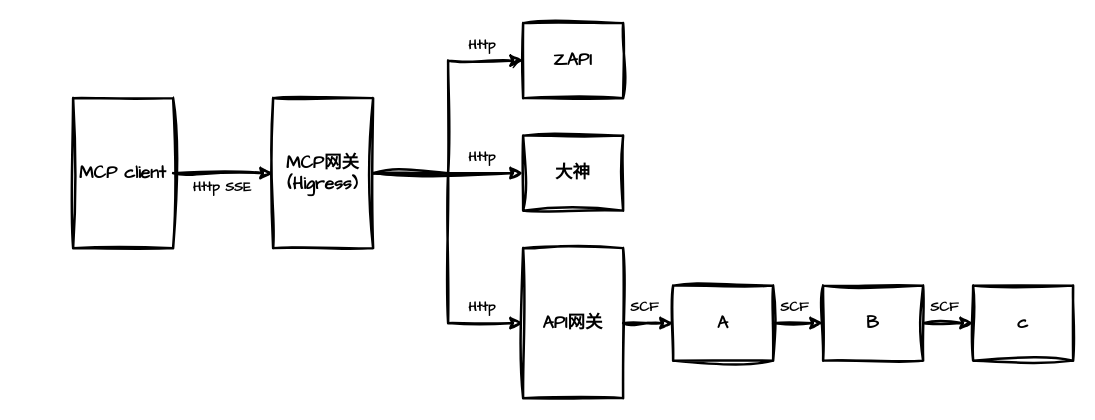
Earlier version of the draw.io diagram tech/mcp/mcp.drawio (zhuanzhuan-tech/arch-draw-io). Source tidied: cells renumbered, new cells numbered last; positions are measured from the earlier drawing's top-left corner, leaving out a move shared by most shapes. Both pictures are drawn from the tidied source at 125%, with x=0, y=0 at pixel (72, 22).
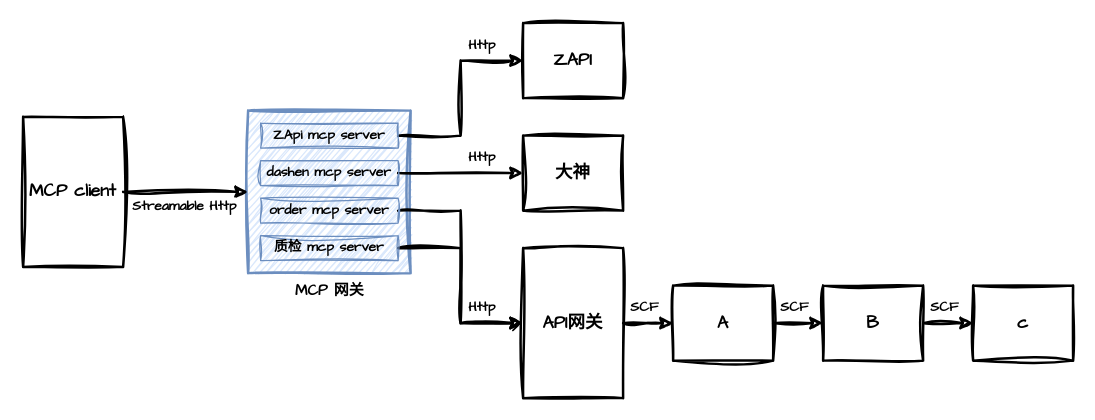
The same diagram, later.

The change refers to these unchanged cells:
```xml
<mxCell id="7" value="&lt;b&gt;&lt;font style=&quot;font-size: 14px;&quot;&gt;API网关&lt;/font&gt;&lt;/b&gt;" style="rounded=0;whiteSpace=wrap;html=1;sketch=1;hachureGap=4;jiggle=2;curveFitting=1;fontFamily=Architects Daughter;fillColor=none;strokeWidth=2;" parent="1" vertex="1">
  <mxGeometry x="360" y="180" width="80" height="120" as="geometry" />
</mxCell>
<mxCell id="13" value="&lt;span style=&quot;font-size: 14px;&quot;&gt;&lt;b&gt;大神&lt;/b&gt;&lt;/span&gt;" style="rounded=0;whiteSpace=wrap;html=1;sketch=1;hachureGap=4;jiggle=2;curveFitting=1;fontFamily=Architects Daughter;fillColor=none;strokeWidth=2;" parent="1" vertex="1">
  <mxGeometry x="360" y="90" width="80" height="60" as="geometry" />
</mxCell>
<mxCell id="14" value="&lt;b&gt;&lt;font style=&quot;font-size: 14px;&quot;&gt;ZAPI&lt;/font&gt;&lt;/b&gt;" style="rounded=0;whiteSpace=wrap;html=1;sketch=1;hachureGap=4;jiggle=2;curveFitting=1;fontFamily=Architects Daughter;fillColor=none;strokeWidth=2;" parent="1" vertex="1">
  <mxGeometry x="360" width="80" height="60" as="geometry" />
</mxCell>
<mxCell id="15" style="edgeStyle=orthogonalEdgeStyle;rounded=0;sketch=1;hachureGap=4;jiggle=2;curveFitting=1;jettySize=auto;html=1;exitX=1;exitY=0.5;exitDx=0;exitDy=0;entryX=0;entryY=0.5;entryDx=0;entryDy=0;fontFamily=Architects Daughter;strokeWidth=2;" parent="1" edge="1" source="17" target="5">
  <mxGeometry relative="1" as="geometry" />
</mxCell>
```

Change to the diagram source:
```diff
@@
-    <mxCell id="2" style="edgeStyle=orthogonalEdgeStyle;rounded=0;sketch=1;hachureGap=4;jiggle=2;curveFitting=1;jettySize=auto;html=1;exitX=1;exitY=0.5;exitDx=0;exitDy=0;entryX=0;entryY=0.5;entryDx=0;entryDy=0;fontFamily=Architects Daughter;strokeWidth=2;" parent="1" edge="1" source="5" target="14">
-      <mxGeometry relative="1" as="geometry" />
-    </mxCell>
-    <mxCell id="3" style="edgeStyle=orthogonalEdgeStyle;rounded=0;sketch=1;hachureGap=4;jiggle=2;curveFitting=1;jettySize=auto;html=1;exitX=1;exitY=0.5;exitDx=0;exitDy=0;entryX=0;entryY=0.5;entryDx=0;entryDy=0;fontFamily=Architects Daughter;strokeWidth=2;" parent="1" edge="1" source="5" target="13">
-      <mxGeometry relative="1" as="geometry" />
-    </mxCell>
-    <mxCell id="4" style="edgeStyle=orthogonalEdgeStyle;rounded=0;sketch=1;hachureGap=4;jiggle=2;curveFitting=1;jettySize=auto;html=1;exitX=1;exitY=0.5;exitDx=0;exitDy=0;entryX=0;entryY=0.5;entryDx=0;entryDy=0;fontFamily=Architects Daughter;strokeWidth=2;" parent="1" edge="1" source="5" target="7">
-      <mxGeometry relative="1" as="geometry" />
-    </mxCell>
-    <mxCell id="5" value="&lt;b&gt;&lt;font style=&quot;font-size: 14px;&quot;&gt;MCP网关&lt;/font&gt;&lt;/b&gt;&lt;div&gt;&lt;b&gt;&lt;font style=&quot;font-size: 14px;&quot;&gt;(Higress)&lt;/font&gt;&lt;/b&gt;&lt;/div&gt;" style="rounded=0;whiteSpace=wrap;html=1;sketch=1;hachureGap=4;jiggle=2;curveFitting=1;fontFamily=Architects Daughter;fillColor=none;strokeWidth=2;" parent="1" vertex="1">
-      <mxGeometry x="160" y="60" width="80" height="120" as="geometry" />
+    <mxCell id="5" style="rounded=0;whiteSpace=wrap;html=1;sketch=1;hachureGap=4;jiggle=2;curveFitting=1;fontFamily=Architects Daughter;fillColor=#dae8fc;strokeWidth=2;strokeColor=#6c8ebf;" parent="1" vertex="1">
+      <mxGeometry x="140" y="70" width="130" height="130" as="geometry" />
     </mxCell>
@@
-    <mxCell id="16" value="&lt;b&gt;Http SSE&lt;/b&gt;" style="edgeLabel;html=1;align=center;verticalAlign=middle;sketch=1;hachureGap=4;jiggle=2;curveFitting=1;fontFamily=Architects Daughter;" parent="15" vertex="1">
+    <mxCell id="16" value="&lt;b&gt;Streamable Http&lt;/b&gt;" style="edgeLabel;html=1;align=center;verticalAlign=middle;sketch=1;hachureGap=4;jiggle=2;curveFitting=1;fontFamily=Architects Daughter;" parent="15" vertex="1">
       <mxGeometry x="-0.05" y="2" relative="1" as="geometry">
         <mxPoint y="12" as="offset" />
       </mxGeometry>
     </mxCell>
     <mxCell id="17" value="&lt;b&gt;&lt;font style=&quot;font-size: 14px;&quot;&gt;MCP client&lt;/font&gt;&lt;/b&gt;" style="rounded=0;whiteSpace=wrap;html=1;sketch=1;hachureGap=4;jiggle=2;curveFitting=1;fontFamily=Architects Daughter;fillColor=none;strokeWidth=2;" parent="1" vertex="1">
-      <mxGeometry y="60" width="80" height="120" as="geometry" />
+      <mxGeometry x="-40" y="75" width="80" height="120" as="geometry" />
     </mxCell>
@@
+    <mxCell id="24" style="edgeStyle=orthogonalEdgeStyle;rounded=0;sketch=1;hachureGap=4;jiggle=2;curveFitting=1;jettySize=auto;html=1;exitX=1;exitY=0.5;exitDx=0;exitDy=0;entryX=0;entryY=0.5;entryDx=0;entryDy=0;fontFamily=Architects Daughter;strokeWidth=2;" parent="1" edge="1" source="25" target="14">
+      <mxGeometry relative="1" as="geometry" />
+    </mxCell>
+    <mxCell id="25" value="&lt;font style=&quot;font-size: 11px;&quot;&gt;&lt;b&gt;ZApi&amp;nbsp;&lt;/b&gt;&lt;b style=&quot;background-color: transparent; color: light-dark(rgb(0, 0, 0), rgb(255, 255, 255));&quot;&gt;mcp server&lt;/b&gt;&lt;/font&gt;" style="rounded=0;whiteSpace=wrap;html=1;sketch=1;hachureGap=4;jiggle=2;curveFitting=1;fontFamily=Architects Daughter;fillColor=#dae8fc;strokeColor=#6c8ebf;" parent="1" vertex="1">
+      <mxGeometry x="150" y="80" width="110" height="20" as="geometry" />
+    </mxCell>
+    <mxCell id="26" style="edgeStyle=orthogonalEdgeStyle;rounded=0;sketch=1;hachureGap=4;jiggle=2;curveFitting=1;jettySize=auto;html=1;exitX=1;exitY=0.5;exitDx=0;exitDy=0;fontFamily=Architects Daughter;strokeWidth=2;" parent="1" edge="1" source="27" target="13">
+      <mxGeometry relative="1" as="geometry" />
+    </mxCell>
+    <mxCell id="27" value="&lt;font style=&quot;font-size: 11px;&quot;&gt;&lt;b&gt;dashen&amp;nbsp;&lt;/b&gt;&lt;b style=&quot;background-color: transparent; color: light-dark(rgb(0, 0, 0), rgb(255, 255, 255));&quot;&gt;mcp server&lt;/b&gt;&lt;/font&gt;" style="rounded=0;whiteSpace=wrap;html=1;sketch=1;hachureGap=4;jiggle=2;curveFitting=1;fontFamily=Architects Daughter;fillColor=#dae8fc;strokeColor=#6c8ebf;" parent="1" vertex="1">
+      <mxGeometry x="150" y="110" width="110" height="20" as="geometry" />
+    </mxCell>
+    <mxCell id="28" style="edgeStyle=orthogonalEdgeStyle;rounded=0;sketch=1;hachureGap=4;jiggle=2;curveFitting=1;jettySize=auto;html=1;exitX=1;exitY=0.5;exitDx=0;exitDy=0;entryX=0;entryY=0.5;entryDx=0;entryDy=0;fontFamily=Architects Daughter;strokeWidth=2;" parent="1" edge="1" source="29" target="7">
+      <mxGeometry relative="1" as="geometry" />
+    </mxCell>
+    <mxCell id="29" value="&lt;font style=&quot;font-size: 11px;&quot;&gt;&lt;b&gt;order&amp;nbsp;&lt;/b&gt;&lt;b style=&quot;background-color: transparent; color: light-dark(rgb(0, 0, 0), rgb(255, 255, 255));&quot;&gt;mcp server&lt;/b&gt;&lt;/font&gt;" style="rounded=0;whiteSpace=wrap;html=1;sketch=1;hachureGap=4;jiggle=2;curveFitting=1;fontFamily=Architects Daughter;fillColor=#dae8fc;strokeColor=#6c8ebf;" parent="1" vertex="1">
+      <mxGeometry x="150" y="140" width="110" height="20" as="geometry" />
+    </mxCell>
+    <mxCell id="30" style="edgeStyle=orthogonalEdgeStyle;rounded=0;sketch=1;hachureGap=4;jiggle=2;curveFitting=1;jettySize=auto;html=1;exitX=1;exitY=0.5;exitDx=0;exitDy=0;entryX=0;entryY=0.5;entryDx=0;entryDy=0;fontFamily=Architects Daughter;strokeWidth=2;" parent="1" edge="1" source="31" target="7">
+      <mxGeometry relative="1" as="geometry" />
+    </mxCell>
+    <mxCell id="31" value="&lt;font style=&quot;font-size: 11px;&quot;&gt;&lt;b&gt;质检&amp;nbsp;&lt;/b&gt;&lt;b style=&quot;background-color: transparent; color: light-dark(rgb(0, 0, 0), rgb(255, 255, 255));&quot;&gt;mcp server&lt;/b&gt;&lt;/font&gt;" style="rounded=0;whiteSpace=wrap;html=1;sketch=1;hachureGap=4;jiggle=2;curveFitting=1;fontFamily=Architects Daughter;fillColor=#dae8fc;strokeColor=#6c8ebf;" parent="1" vertex="1">
+      <mxGeometry x="150" y="170" width="110" height="20" as="geometry" />
+    </mxCell>
+    <mxCell id="32" value="&lt;b&gt;MCP 网关&lt;/b&gt;" style="text;html=1;align=center;verticalAlign=middle;strokeColor=none;fillColor=none;fontFamily=Architects Daughter;" parent="1" vertex="1">
+      <mxGeometry x="165" y="200" width="80" height="30" as="geometry" />
+    </mxCell>
```
